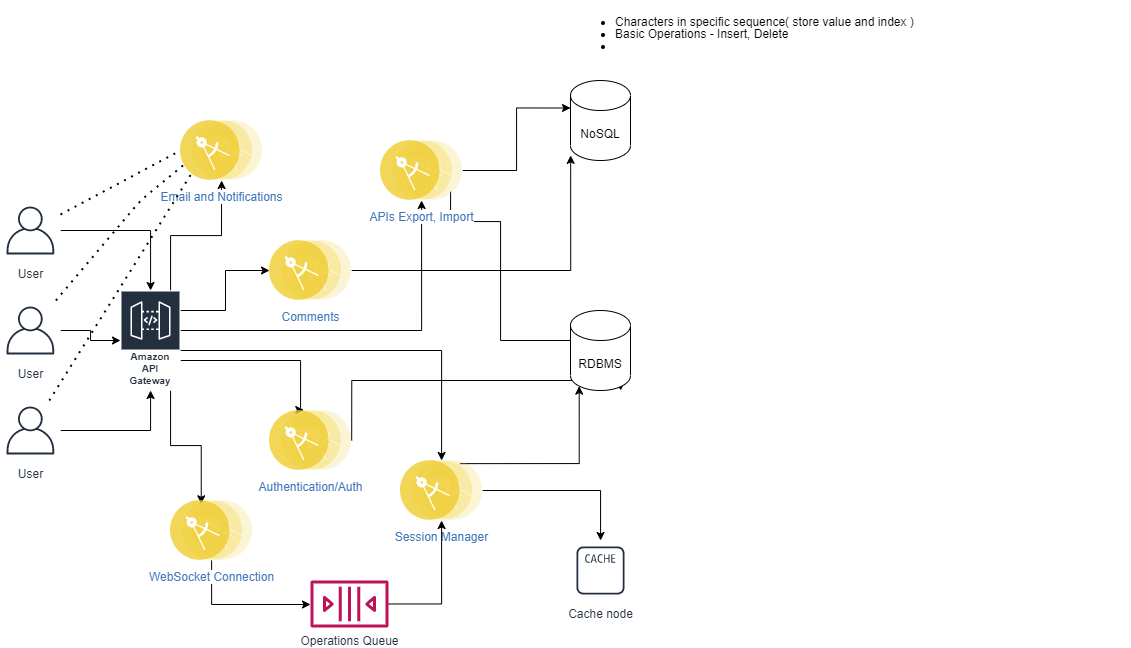
The draw.io diagram fileSharingSystem.png in pri-tri/System_Designs, before a commit. Source tidied: cells renumbered, new cells last; positions are measured from the earlier drawing's top-left corner, leaving out a move shared by most shapes.
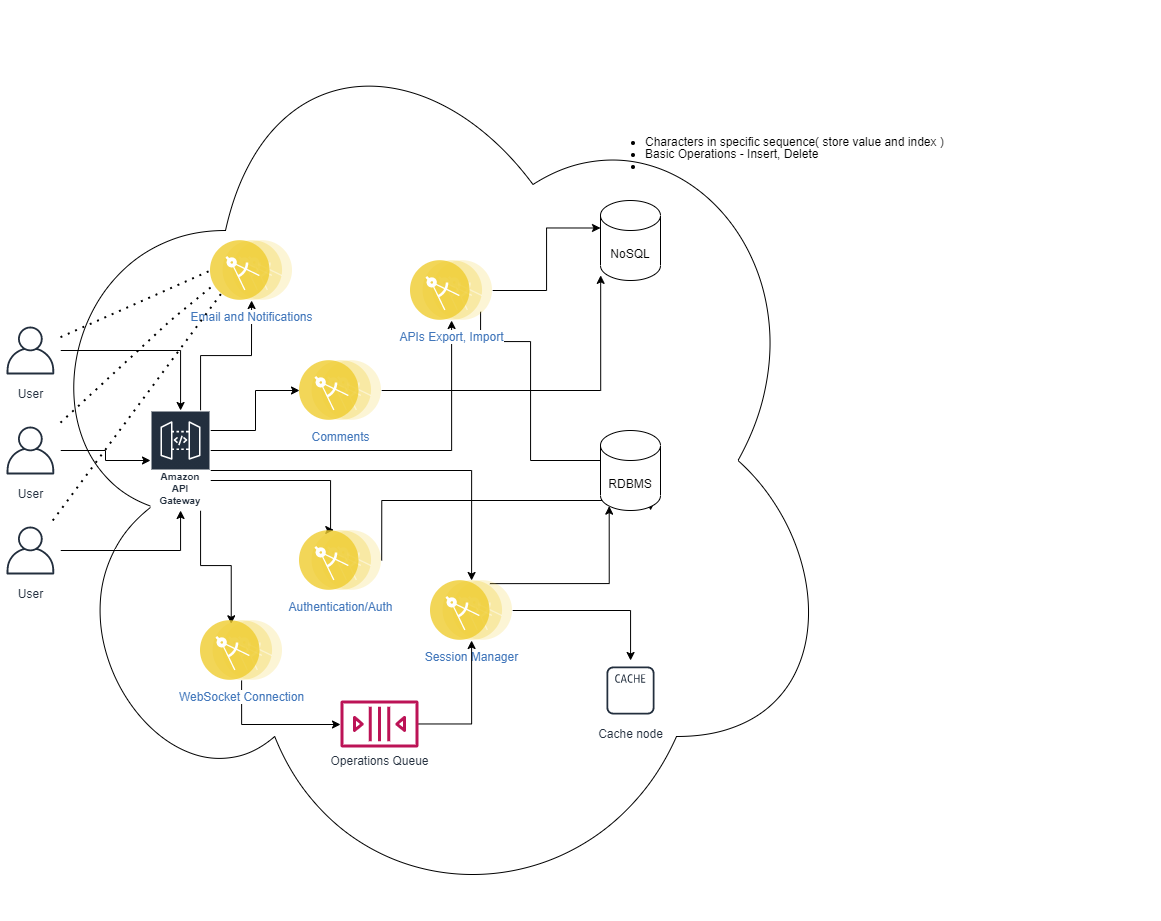
After the commit.

Diff of the diagram source:
```diff
@@ -2,6 +2,9 @@
   <root>
     <mxCell id="0" />
     <mxCell id="1" parent="0" />
+    <mxCell id="38" style="ellipse;shape=cloud;whiteSpace=wrap;html=1;" parent="1" vertex="1">
+      <mxGeometry x="-10" y="-130" width="820" height="920" as="geometry" />
+    </mxCell>
     <mxCell id="2" value="&lt;h1 style=&quot;line-height: 50%&quot;&gt;&lt;ul style=&quot;font-size: 12px&quot;&gt;&lt;li&gt;&lt;span style=&quot;font-weight: normal&quot;&gt;Characters in specific sequence( store value and index )&lt;/span&gt;&lt;/li&gt;&lt;li&gt;&lt;span style=&quot;font-weight: normal&quot;&gt;Basic Operations - Insert, Delete&lt;/span&gt;&lt;/li&gt;&lt;li&gt;&lt;span style=&quot;font-weight: normal&quot;&gt;&lt;br&gt;&lt;/span&gt;&lt;/li&gt;&lt;/ul&gt;&lt;/h1&gt;" style="text;html=1;strokeColor=none;fillColor=none;spacing=5;spacingTop=-20;whiteSpace=wrap;overflow=hidden;rounded=0;" parent="1" vertex="1">
       <mxGeometry x="570" width="560" height="120" as="geometry" />
     </mxCell>
@@ -9,19 +12,19 @@
       <mxGeometry relative="1" as="geometry" />
     </mxCell>
     <mxCell id="4" value="User" style="outlineConnect=0;fontColor=#232F3E;gradientColor=none;strokeColor=#232F3E;fillColor=#ffffff;dashed=0;verticalLabelPosition=bottom;verticalAlign=top;align=center;html=1;fontSize=12;fontStyle=0;shape=mxgraph.aws4.resourceIcon;resIcon=mxgraph.aws4.user;" parent="1" vertex="1">
-      <mxGeometry y="290" width="60" height="60" as="geometry" />
+      <mxGeometry x="-30" y="290" width="60" height="60" as="geometry" />
     </mxCell>
     <mxCell id="5" style="edgeStyle=orthogonalEdgeStyle;rounded=0;jettySize=auto;html=1;" parent="1" edge="1" source="6" target="15">
       <mxGeometry relative="1" as="geometry" />
     </mxCell>
     <mxCell id="6" value="User" style="outlineConnect=0;fontColor=#232F3E;gradientColor=none;strokeColor=#232F3E;fillColor=#ffffff;dashed=0;verticalLabelPosition=bottom;verticalAlign=top;align=center;html=1;fontSize=12;fontStyle=0;shape=mxgraph.aws4.resourceIcon;resIcon=mxgraph.aws4.user;" parent="1" vertex="1">
-      <mxGeometry y="190" width="60" height="60" as="geometry" />
+      <mxGeometry x="-30" y="190" width="60" height="60" as="geometry" />
     </mxCell>
     <mxCell id="7" style="edgeStyle=orthogonalEdgeStyle;rounded=0;jettySize=auto;html=1;" parent="1" edge="1" source="8" target="15">
       <mxGeometry relative="1" as="geometry" />
     </mxCell>
     <mxCell id="8" value="User" style="outlineConnect=0;fontColor=#232F3E;gradientColor=none;strokeColor=#232F3E;fillColor=#ffffff;dashed=0;verticalLabelPosition=bottom;verticalAlign=top;align=center;html=1;fontSize=12;fontStyle=0;shape=mxgraph.aws4.resourceIcon;resIcon=mxgraph.aws4.user;" parent="1" vertex="1">
-      <mxGeometry y="390" width="60" height="60" as="geometry" />
+      <mxGeometry x="-30" y="390" width="60" height="60" as="geometry" />
     </mxCell>
     <mxCell id="9" style="edgeStyle=orthogonalEdgeStyle;rounded=0;jettySize=auto;html=1;" parent="1" edge="1" source="15" target="18">
       <mxGeometry relative="1" as="geometry">
```
